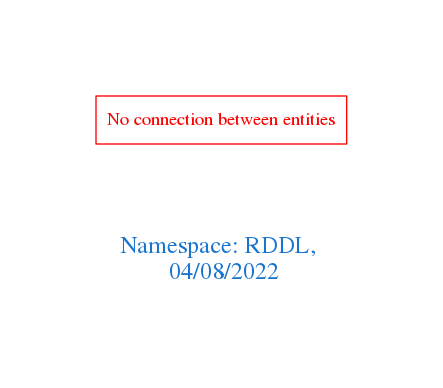
Above: downloads/RDDL.png in arago/OGIT (Graphviz), before the change. Its source is kept beside it as downloads/RDDL.dot.
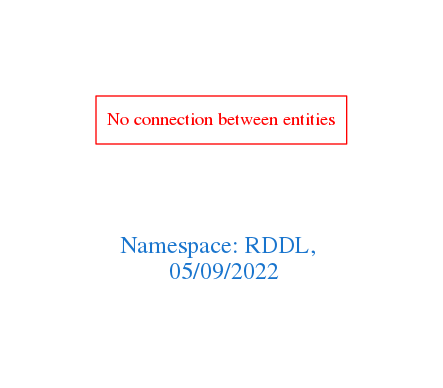
After the change.

The edit, as a diff of the source:
```diff
@@ -1,7 +1,7 @@
 digraph OGIT_ontology {
  graph [ rankdir= LR,pad=1
 fontsize = 18,
-fontcolor= dodgerblue3,label = "\n\n\nNamespace: RDDL, \n 04/08/2022"];
+fontcolor= dodgerblue3,label = "\n\n\nNamespace: RDDL, \n 05/09/2022"];
 node[shape=polygon];
 edge [  color="gray81"];
 
```
